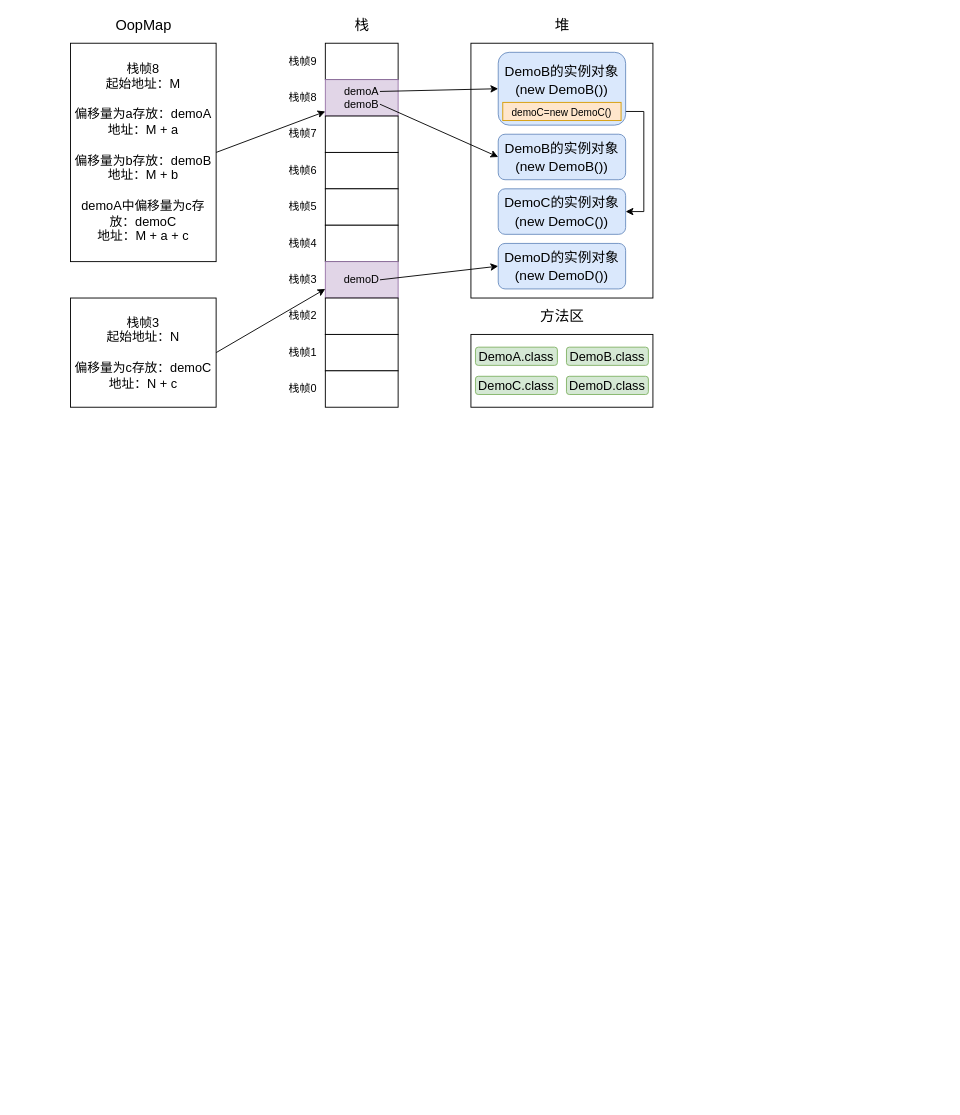
Earlier version of the draw.io diagram 图解 Java方法执行的过程/图解 Java方法执行的过程.drawio (zero-97/picture-of-the-article). Source tidied: cells renumbered, new cells numbered last; positions are measured from the earlier drawing's top-left corner, leaving out a move shared by most shapes. Both pictures are drawn from the tidied source at 91%, with x=0, y=0 at pixel (70, 15).
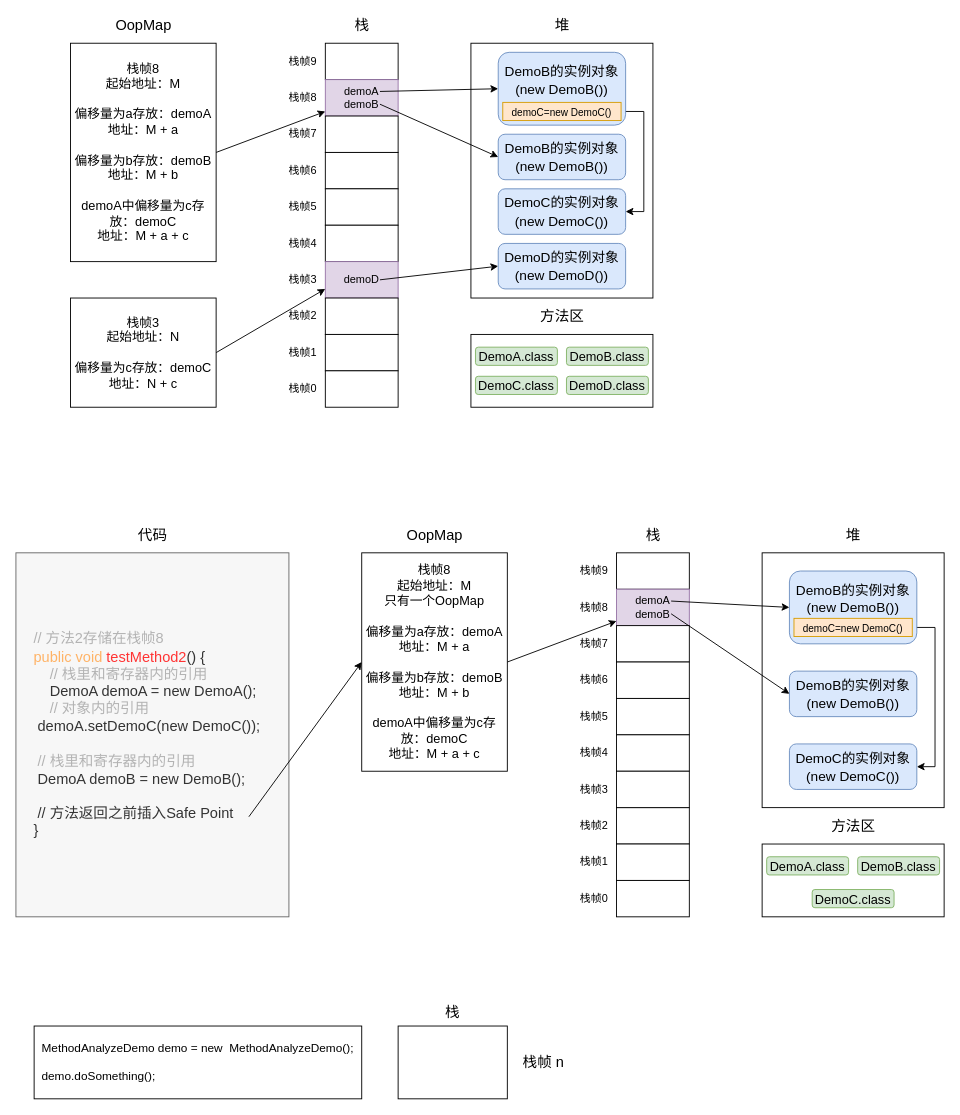
The same diagram, later.

Commit message (it also covers changes not shown here):
Update 图解 Java方法执行的过程.drawio

The edit, as a diff of the source:
```diff
@@
+    <mxCell id="45" style="rounded=0;whiteSpace=wrap;html=1;fontSize=16;" parent="1" vertex="1">
+      <mxGeometry x="760" y="590" width="200" height="280" as="geometry" />
+    </mxCell>
+    <mxCell id="46" style="rounded=0;whiteSpace=wrap;html=1;" parent="1" vertex="1">
+      <mxGeometry x="600" y="590" width="80" height="40" as="geometry" />
+    </mxCell>
+    <mxCell id="47" value="demoA&lt;br&gt;demoB" style="rounded=0;whiteSpace=wrap;html=1;fillColor=#e1d5e7;strokeColor=#9673a6;" parent="1" vertex="1">
+      <mxGeometry x="600" y="630" width="80" height="40" as="geometry" />
+    </mxCell>
+    <mxCell id="48" style="rounded=0;whiteSpace=wrap;html=1;" parent="1" vertex="1">
+      <mxGeometry x="600" y="670" width="80" height="40" as="geometry" />
+    </mxCell>
+    <mxCell id="49" style="rounded=0;whiteSpace=wrap;html=1;" parent="1" vertex="1">
+      <mxGeometry x="600" y="710" width="80" height="40" as="geometry" />
+    </mxCell>
+    <mxCell id="50" style="rounded=0;whiteSpace=wrap;html=1;" parent="1" vertex="1">
+      <mxGeometry x="600" y="750" width="80" height="40" as="geometry" />
+    </mxCell>
+    <mxCell id="51" style="rounded=0;whiteSpace=wrap;html=1;" parent="1" vertex="1">
+      <mxGeometry x="600" y="790" width="80" height="40" as="geometry" />
+    </mxCell>
+    <mxCell id="52" style="rounded=0;whiteSpace=wrap;html=1;" parent="1" vertex="1">
+      <mxGeometry x="600" y="870" width="80" height="40" as="geometry" />
+    </mxCell>
+    <mxCell id="53" value="&lt;font style=&quot;font-size: 16px&quot;&gt;栈&lt;/font&gt;" style="text;html=1;align=center;verticalAlign=middle;strokeColor=none;fillColor=none;" parent="1" vertex="1">
+      <mxGeometry x="625" y="560" width="30" height="20" as="geometry" />
+    </mxCell>
+    <mxCell id="54" value="&lt;span style=&quot;font-size: 16px&quot;&gt;堆&lt;/span&gt;" style="text;html=1;align=center;verticalAlign=middle;strokeColor=none;fillColor=none;" parent="1" vertex="1">
+      <mxGeometry x="845" y="560" width="30" height="20" as="geometry" />
+    </mxCell>
+    <mxCell id="55" value="&lt;font style=&quot;font-size: 15px&quot;&gt;DemoB的实例对象&lt;br&gt;(new DemoB())&lt;/font&gt;" style="rounded=1;whiteSpace=wrap;html=1;fontSize=16;fillColor=#dae8fc;strokeColor=#6c8ebf;" parent="1" vertex="1">
+      <mxGeometry x="790" y="720" width="140" height="50" as="geometry" />
+    </mxCell>
+    <mxCell id="56" value="&lt;font style=&quot;font-size: 16px&quot;&gt;OopMap&lt;/font&gt;" style="text;html=1;align=center;verticalAlign=middle;strokeColor=none;fillColor=none;" parent="1" vertex="1">
+      <mxGeometry x="360" y="560" width="80" height="20" as="geometry" />
+    </mxCell>
+    <mxCell id="57" value="&lt;span style=&quot;font-size: 16px&quot;&gt;方法区&lt;/span&gt;" style="text;html=1;align=center;verticalAlign=middle;strokeColor=none;fillColor=none;" parent="1" vertex="1">
+      <mxGeometry x="830" y="880" width="60" height="20" as="geometry" />
+    </mxCell>
+    <mxCell id="58" style="rounded=0;whiteSpace=wrap;html=1;" parent="1" vertex="1">
+      <mxGeometry x="600" y="910" width="80" height="40" as="geometry" />
+    </mxCell>
+    <mxCell id="59" style="rounded=0;whiteSpace=wrap;html=1;" parent="1" vertex="1">
+      <mxGeometry x="600" y="950" width="80" height="40" as="geometry" />
+    </mxCell>
+    <mxCell id="60" style="rounded=0;whiteSpace=wrap;html=1;fontSize=16;" parent="1" vertex="1">
+      <mxGeometry x="760" y="910" width="200" height="80" as="geometry" />
+    </mxCell>
+    <mxCell id="61" value="栈帧1" style="text;html=1;align=center;verticalAlign=middle;strokeColor=none;fillColor=none;" parent="1" vertex="1">
+      <mxGeometry x="550" y="920" width="50" height="20" as="geometry" />
+    </mxCell>
+    <mxCell id="62" value="栈帧2" style="text;html=1;align=center;verticalAlign=middle;strokeColor=none;fillColor=none;" parent="1" vertex="1">
+      <mxGeometry x="550" y="880" width="50" height="20" as="geometry" />
+    </mxCell>
+    <mxCell id="63" value="栈帧3" style="text;html=1;align=center;verticalAlign=middle;strokeColor=none;fillColor=none;" parent="1" vertex="1">
+      <mxGeometry x="550" y="840" width="50" height="20" as="geometry" />
+    </mxCell>
+    <mxCell id="64" value="栈帧4" style="text;html=1;align=center;verticalAlign=middle;strokeColor=none;fillColor=none;" parent="1" vertex="1">
+      <mxGeometry x="550" y="800" width="50" height="20" as="geometry" />
+    </mxCell>
+    <mxCell id="65" value="栈帧5" style="text;html=1;align=center;verticalAlign=middle;strokeColor=none;fillColor=none;" parent="1" vertex="1">
+      <mxGeometry x="550" y="760" width="50" height="20" as="geometry" />
+    </mxCell>
+    <mxCell id="66" value="栈帧6" style="text;html=1;align=center;verticalAlign=middle;strokeColor=none;fillColor=none;" parent="1" vertex="1">
+      <mxGeometry x="550" y="720" width="50" height="20" as="geometry" />
+    </mxCell>
+    <mxCell id="67" value="栈帧7" style="text;html=1;align=center;verticalAlign=middle;strokeColor=none;fillColor=none;" parent="1" vertex="1">
+      <mxGeometry x="550" y="680" width="50" height="20" as="geometry" />
+    </mxCell>
+    <mxCell id="68" value="栈帧8" style="text;html=1;align=center;verticalAlign=middle;strokeColor=none;fillColor=none;" parent="1" vertex="1">
+      <mxGeometry x="550" y="640" width="50" height="20" as="geometry" />
+    </mxCell>
+    <mxCell id="69" value="栈帧9" style="text;html=1;align=center;verticalAlign=middle;strokeColor=none;fillColor=none;" parent="1" vertex="1">
+      <mxGeometry x="550" y="600" width="50" height="20" as="geometry" />
+    </mxCell>
+    <mxCell id="70" value="栈帧0" style="text;html=1;align=center;verticalAlign=middle;strokeColor=none;fillColor=none;" parent="1" vertex="1">
+      <mxGeometry x="550" y="960" width="50" height="20" as="geometry" />
+    </mxCell>
+    <mxCell id="71" style="rounded=0;jettySize=auto;html=1;fontSize=11;exitX=1;exitY=0.5;exitDx=0;exitDy=0;" parent="1" edge="1" source="72" target="47">
+      <mxGeometry relative="1" as="geometry" />
+    </mxCell>
+    <mxCell id="72" value="&lt;font style=&quot;font-size: 14px&quot;&gt;栈帧8&lt;br&gt;起始地址：M&lt;br&gt;只有一个OopMap&lt;br&gt;&lt;br&gt;偏移量为a存放：demoA&lt;br&gt;地址：M + a&lt;br&gt;&lt;br&gt;偏移量为b存放：demoB&lt;br&gt;地址：M + b&lt;br&gt;&lt;br&gt;demoA中偏移量为c存放：demoC&lt;br&gt;地址：M + a + c&lt;/font&gt;" style="rounded=0;whiteSpace=wrap;html=1;" parent="1" vertex="1">
+      <mxGeometry x="320" y="590" width="160" height="240" as="geometry" />
+    </mxCell>
+    <mxCell id="73" value="&lt;font style=&quot;font-size: 14px&quot;&gt;DemoA.class&lt;/font&gt;" style="rounded=1;whiteSpace=wrap;html=1;fontSize=16;fillColor=#d5e8d4;strokeColor=#82b366;" parent="1" vertex="1">
+      <mxGeometry x="765" y="924" width="90" height="20" as="geometry" />
+    </mxCell>
+    <mxCell id="74" value="&lt;font style=&quot;font-size: 14px&quot;&gt;DemoB.class&lt;/font&gt;" style="rounded=1;whiteSpace=wrap;html=1;fontSize=16;fillColor=#d5e8d4;strokeColor=#82b366;" parent="1" vertex="1">
+      <mxGeometry x="865" y="924" width="90" height="20" as="geometry" />
+    </mxCell>
+    <mxCell id="75" value="&lt;font style=&quot;font-size: 15px&quot;&gt;DemoC的实例对象&lt;br&gt;(new DemoC())&lt;/font&gt;" style="rounded=1;whiteSpace=wrap;html=1;fontSize=16;fillColor=#dae8fc;strokeColor=#6c8ebf;" parent="1" vertex="1">
+      <mxGeometry x="790" y="800" width="140" height="50" as="geometry" />
+    </mxCell>
+    <mxCell id="76" style="edgeStyle=orthogonalEdgeStyle;rounded=0;jettySize=auto;html=1;entryX=1;entryY=0.5;entryDx=0;entryDy=0;fontSize=11;exitX=1;exitY=0.5;exitDx=0;exitDy=0;" parent="1" edge="1" source="81" target="75">
+      <mxGeometry relative="1" as="geometry" />
+    </mxCell>
+    <mxCell id="77" style="rounded=0;jettySize=auto;html=1;fontSize=16;exitX=0.75;exitY=0.25;exitDx=0;exitDy=0;exitPerimeter=0;entryX=0;entryY=0.5;entryDx=0;entryDy=0;" parent="1" edge="1" target="80">
+      <mxGeometry relative="1" as="geometry">
+        <mxPoint x="660" y="643" as="sourcePoint" />
+      </mxGeometry>
+    </mxCell>
+    <mxCell id="78" style="rounded=0;jettySize=auto;html=1;entryX=0;entryY=0.5;entryDx=0;entryDy=0;fontSize=16;" parent="1" edge="1" target="55">
+      <mxGeometry relative="1" as="geometry">
+        <mxPoint x="660" y="657" as="sourcePoint" />
+      </mxGeometry>
+    </mxCell>
+    <mxCell id="79" value="&lt;font style=&quot;font-size: 14px&quot;&gt;DemoC.class&lt;/font&gt;" style="rounded=1;whiteSpace=wrap;html=1;fontSize=16;fillColor=#d5e8d4;strokeColor=#82b366;" parent="1" vertex="1">
+      <mxGeometry x="815" y="960" width="90" height="20" as="geometry" />
+    </mxCell>
+    <mxCell id="80" value="&lt;font style=&quot;font-size: 15px&quot;&gt;DemoB的实例对象&lt;br&gt;(new DemoB())&lt;br&gt;&lt;br&gt;&lt;/font&gt;" style="rounded=1;whiteSpace=wrap;html=1;fontSize=16;fillColor=#dae8fc;strokeColor=#6c8ebf;" parent="1" vertex="1">
+      <mxGeometry x="790" y="610" width="140" height="80" as="geometry" />
+    </mxCell>
+    <mxCell id="81" value="&lt;font style=&quot;font-size: 11px&quot;&gt;demoC=new DemoC()&lt;/font&gt;" style="rounded=0;whiteSpace=wrap;html=1;fontSize=16;fillColor=#ffe6cc;strokeColor=#d79b00;" parent="1" vertex="1">
+      <mxGeometry x="795" y="662" width="130" height="20" as="geometry" />
+    </mxCell>
+    <mxCell id="82" value="&lt;div style=&quot;font-size: 16px&quot;&gt;&lt;font style=&quot;font-size: 16px&quot;&gt;&amp;nbsp; &amp;nbsp; &lt;font color=&quot;#b3b3b3&quot;&gt;// 方法2存储在栈帧8&lt;/font&gt;&lt;/font&gt;&lt;/div&gt;&lt;div style=&quot;font-size: 16px&quot;&gt;&lt;font style=&quot;font-size: 16px&quot;&gt;&amp;nbsp; &amp;nbsp; &lt;font color=&quot;#ffb366&quot;&gt;public void&lt;/font&gt; &lt;font color=&quot;#ff3333&quot;&gt;testMethod2&lt;/font&gt;() {&lt;/font&gt;&lt;/div&gt;&lt;div style=&quot;font-size: 16px&quot;&gt;&lt;font style=&quot;font-size: 16px&quot;&gt;&amp;nbsp; &amp;nbsp; &amp;nbsp; &amp;nbsp; &lt;font color=&quot;#b3b3b3&quot;&gt;// 栈里和寄存器内的引用&lt;/font&gt;&lt;/font&gt;&lt;/div&gt;&lt;div style=&quot;font-size: 16px&quot;&gt;&lt;font style=&quot;font-size: 16px&quot;&gt;&amp;nbsp; &amp;nbsp; &amp;nbsp; &amp;nbsp; DemoA demoA = new DemoA();&lt;/font&gt;&lt;/div&gt;&lt;div style=&quot;font-size: 16px&quot;&gt;&lt;font style=&quot;font-size: 16px&quot;&gt;&amp;nbsp; &amp;nbsp; &amp;nbsp; &amp;nbsp; &lt;font color=&quot;#b3b3b3&quot;&gt;// 对象内的引用&lt;/font&gt;&lt;/font&gt;&lt;/div&gt;&lt;div style=&quot;font-size: 16px&quot;&gt;&lt;font style=&quot;font-size: 16px&quot;&gt;&amp;nbsp; &amp;nbsp; &lt;span style=&quot;white-space: pre&quot;&gt; &lt;/span&gt;demoA.setDemoC(new DemoC());&lt;/font&gt;&lt;/div&gt;&lt;div style=&quot;font-size: 16px&quot;&gt;&lt;font style=&quot;font-size: 16px&quot;&gt;&amp;nbsp; &amp;nbsp;&amp;nbsp;&lt;/font&gt;&lt;/div&gt;&lt;div style=&quot;font-size: 16px&quot;&gt;&lt;font style=&quot;font-size: 16px&quot;&gt;&amp;nbsp; &amp;nbsp; &lt;span style=&quot;white-space: pre&quot;&gt; &lt;/span&gt;&lt;font color=&quot;#b3b3b3&quot;&gt;// 栈里和寄存器内的引用&lt;/font&gt;&lt;/font&gt;&lt;/div&gt;&lt;div style=&quot;font-size: 16px&quot;&gt;&lt;font style=&quot;font-size: 16px&quot;&gt;&amp;nbsp; &amp;nbsp; &lt;span style=&quot;white-space: pre&quot;&gt; &lt;/span&gt;DemoA demoB = new DemoB();&lt;/font&gt;&lt;/div&gt;&lt;div style=&quot;font-size: 16px&quot;&gt;&lt;font style=&quot;font-size: 16px&quot;&gt;&amp;nbsp; &amp;nbsp;&amp;nbsp;&lt;/font&gt;&lt;/div&gt;&lt;div style=&quot;font-size: 16px&quot;&gt;&lt;font style=&quot;font-size: 16px&quot;&gt;&amp;nbsp; &amp;nbsp; &lt;span style=&quot;white-space: pre&quot;&gt; &lt;/span&gt;// 方法返回之前插入Safe Point&lt;/font&gt;&lt;/div&gt;&lt;div style=&quot;font-size: 16px&quot;&gt;&lt;font style=&quot;font-size: 16px&quot;&gt;&amp;nbsp; &amp;nbsp; }&lt;/font&gt;&lt;/div&gt;" style="rounded=0;whiteSpace=wrap;html=1;fontSize=13;fillColor=#F7F7F7;fontColor=#333333;strokeColor=#666666;align=left;" parent="1" vertex="1">
+      <mxGeometry x="-60" y="590" width="300" height="400" as="geometry" />
+    </mxCell>
+    <mxCell id="83" value="&lt;span style=&quot;font-size: 16px&quot;&gt;代码&lt;/span&gt;" style="text;html=1;align=center;verticalAlign=middle;strokeColor=none;fillColor=none;" parent="1" vertex="1">
+      <mxGeometry x="65" y="560" width="50" height="20" as="geometry" />
+    </mxCell>
+    <mxCell id="84" style="rounded=0;whiteSpace=wrap;html=1;" parent="1" vertex="1">
+      <mxGeometry x="600" y="830" width="80" height="40" as="geometry" />
+    </mxCell>
+    <mxCell id="85" style="rounded=0;jettySize=auto;html=1;fontSize=11;entryX=0;entryY=0.5;entryDx=0;entryDy=0;" parent="1" edge="1" target="72">
+      <mxGeometry relative="1" as="geometry">
+        <mxPoint x="196" y="880" as="sourcePoint" />
+      </mxGeometry>
+    </mxCell>
+    <mxCell id="86" value="&lt;div style=&quot;text-align: left ; font-size: 13px&quot;&gt;&lt;font style=&quot;font-size: 13px&quot;&gt;MethodAnalyzeDemo demo = new&amp;nbsp; MethodAnalyzeDemo();&lt;/font&gt;&lt;/div&gt;&lt;div style=&quot;text-align: left ; font-size: 13px&quot;&gt;&lt;font style=&quot;font-size: 13px&quot;&gt;&lt;br&gt;&lt;/font&gt;&lt;/div&gt;&lt;div style=&quot;text-align: left ; font-size: 13px&quot;&gt;&lt;font style=&quot;font-size: 13px&quot;&gt;demo.doSomething();&lt;/font&gt;&lt;/div&gt;" style="rounded=0;whiteSpace=wrap;html=1;" parent="1" vertex="1">
+      <mxGeometry x="-40" y="1110" width="360" height="80" as="geometry" />
+    </mxCell>
+    <mxCell id="87" style="rounded=0;whiteSpace=wrap;html=1;fontSize=13;" parent="1" vertex="1">
+      <mxGeometry x="360" y="1110" width="120" height="80" as="geometry" />
+    </mxCell>
+    <mxCell id="88" value="&lt;font style=&quot;font-size: 16px&quot;&gt;栈&lt;/font&gt;" style="text;html=1;strokeColor=none;fillColor=none;align=center;verticalAlign=middle;whiteSpace=wrap;rounded=0;fontSize=13;" parent="1" vertex="1">
+      <mxGeometry x="390" y="1080" width="60" height="30" as="geometry" />
+    </mxCell>
+    <mxCell id="89" value="&lt;font style=&quot;font-size: 16px&quot;&gt;栈帧 n&lt;/font&gt;" style="text;html=1;strokeColor=none;fillColor=none;align=center;verticalAlign=middle;whiteSpace=wrap;rounded=0;fontSize=13;" parent="1" vertex="1">
+      <mxGeometry x="490" y="1135" width="60" height="30" as="geometry" />
+    </mxCell>
```
